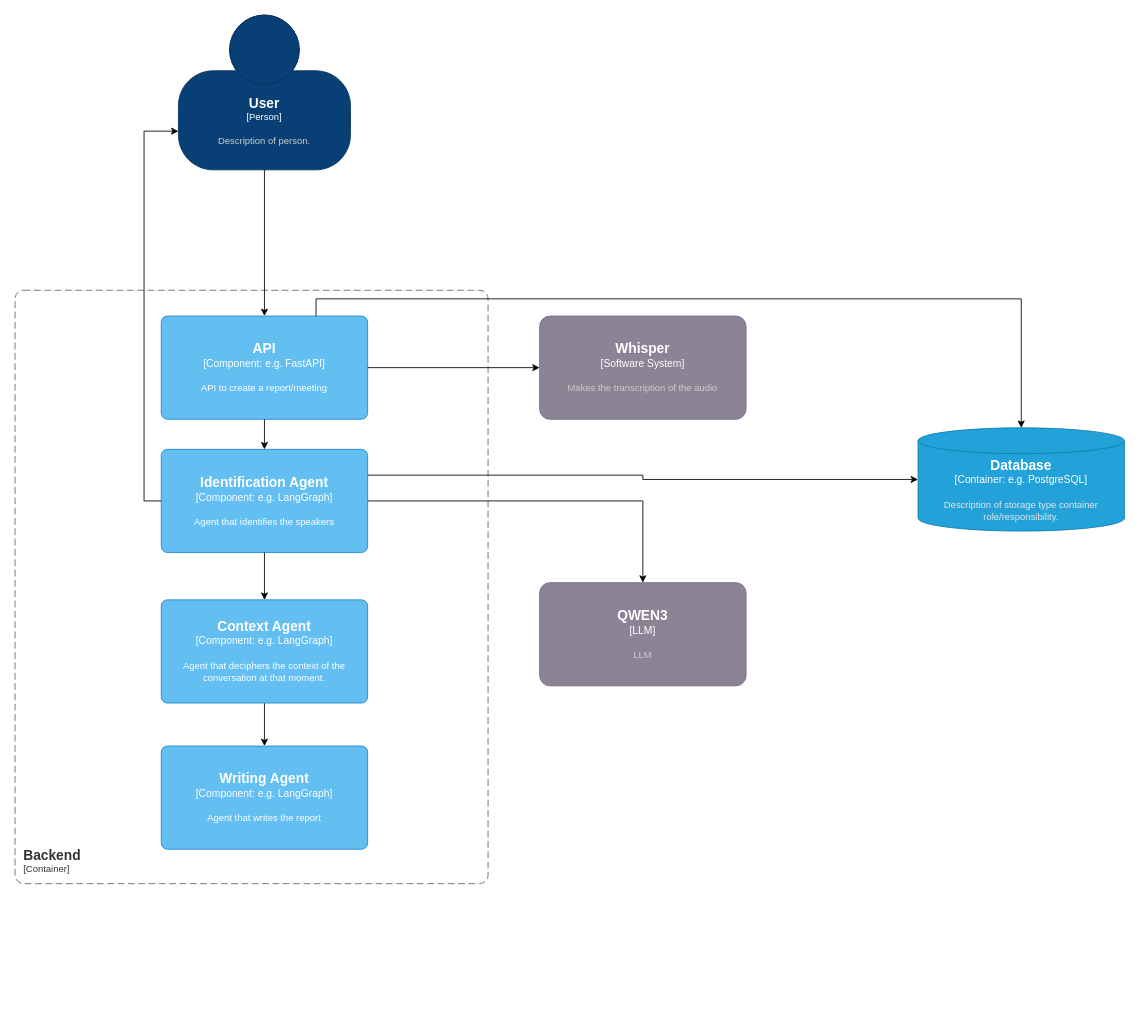
Before: page "Component" (4 of 4) of docs/diagrams.drawio in Pedro-Pereira0/FeatherMagic, a draw.io diagram. Source tidied: cells renumbered, new cells numbered last; positions are measured from the earlier drawing's top-left corner, leaving out a move shared by most shapes. Both pictures are drawn from the tidied source at 86%, with x=0, y=0 at pixel (15, 15).
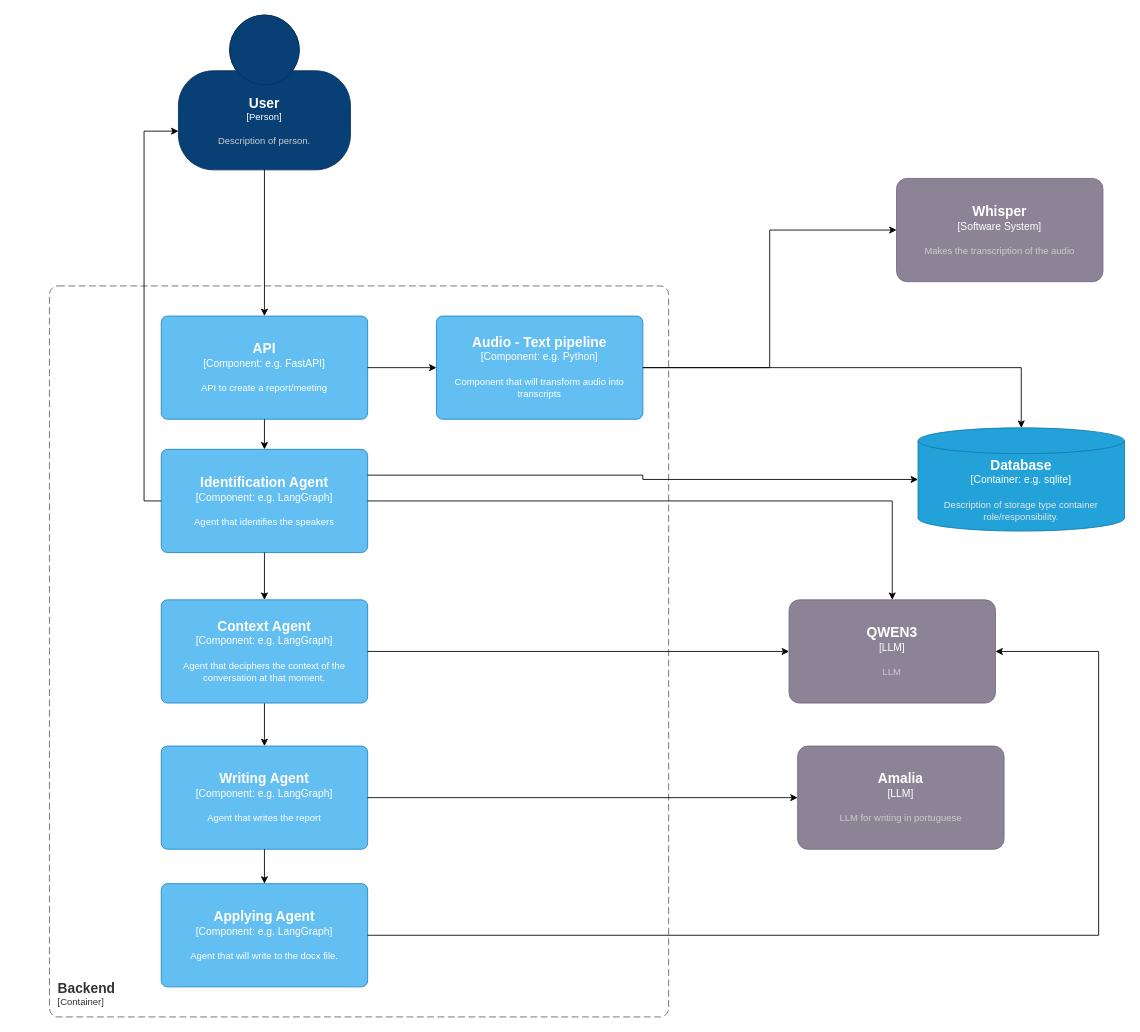
After the change.

The change refers to these unchanged cells:
```xml
<object id="7" label="&lt;font style=&quot;font-size: 16px&quot;&gt;&lt;b&gt;%c4Name%&lt;/b&gt;&lt;/font&gt;&lt;div&gt;[%c4Type%: %c4Technology%]&lt;/div&gt;&lt;br&gt;&lt;div&gt;&lt;font style=&quot;font-size: 11px&quot;&gt;%c4Description%&lt;/font&gt;&lt;/div&gt;" c4Description="API to create a report/meeting" c4Name="API" c4Technology="e.g. FastAPI" c4Type="Component" placeholders="1">
  <mxCell style="rounded=1;whiteSpace=wrap;html=1;labelBackgroundColor=none;fillColor=#63BEF2;fontColor=#ffffff;align=center;arcSize=6;strokeColor=#2086C9;points=[[0.25,0,0],[0.5,0,0],[0.75,0,0],[1,0.25,0],[1,0.5,0],[1,0.75,0],[0.75,1,0],[0.5,1,0],[0.25,1,0],[0,0.75,0],[0,0.5,0],[0,0.25,0]];" parent="1" vertex="1">
    <mxGeometry x="170" y="350" width="240" height="120" as="geometry" />
  </mxCell>
</object>
<object id="9" label="&lt;font style=&quot;font-size: 16px&quot;&gt;&lt;b&gt;%c4Name%&lt;/b&gt;&lt;/font&gt;&lt;div&gt;[%c4Type%: %c4Technology%]&lt;/div&gt;&lt;br&gt;&lt;div&gt;&lt;font style=&quot;font-size: 11px&quot;&gt;%c4Description%&lt;/font&gt;&lt;/div&gt;" c4Description="Agent that writes the report" c4Name="Writing Agent" c4Technology="e.g. LangGraph" c4Type="Component" placeholders="1">
  <mxCell style="rounded=1;whiteSpace=wrap;html=1;labelBackgroundColor=none;fillColor=#63BEF2;fontColor=#ffffff;align=center;arcSize=6;strokeColor=#2086C9;points=[[0.25,0,0],[0.5,0,0],[0.75,0,0],[1,0.25,0],[1,0.5,0],[1,0.75,0],[0.75,1,0],[0.5,1,0],[0.25,1,0],[0,0.75,0],[0,0.5,0],[0,0.25,0]];" parent="1" vertex="1">
    <mxGeometry x="170" y="850" width="240" height="120" as="geometry" />
  </mxCell>
</object>
<object id="18" label="&lt;font style=&quot;font-size: 16px&quot;&gt;&lt;b&gt;%c4Name%&lt;/b&gt;&lt;/font&gt;&lt;div&gt;[%c4Type%: %c4Technology%]&lt;/div&gt;&lt;br&gt;&lt;div&gt;&lt;font style=&quot;font-size: 11px&quot;&gt;%c4Description%&lt;/font&gt;&lt;/div&gt;" c4Description="Agent that deciphers the context of the conversation at that moment." c4Name="Context Agent" c4Technology="e.g. LangGraph" c4Type="Component" placeholders="1">
  <mxCell style="rounded=1;whiteSpace=wrap;html=1;labelBackgroundColor=none;fillColor=#63BEF2;fontColor=#ffffff;align=center;arcSize=6;strokeColor=#2086C9;points=[[0.25,0,0],[0.5,0,0],[0.75,0,0],[1,0.25,0],[1,0.5,0],[1,0.75,0],[0.75,1,0],[0.5,1,0],[0.25,1,0],[0,0.75,0],[0,0.5,0],[0,0.25,0]];" parent="1" vertex="1">
    <mxGeometry x="170" y="680" width="240" height="120" as="geometry" />
  </mxCell>
</object>
```

Change to the diagram source:
```diff
@@
     <object id="3" label="&lt;font style=&quot;font-size: 16px&quot;&gt;&lt;b&gt;%c4Name%&lt;/b&gt;&lt;/font&gt;&lt;div&gt;[%c4Type%]&lt;/div&gt;&lt;br&gt;&lt;div&gt;&lt;font style=&quot;font-size: 11px&quot;&gt;&lt;font color=&quot;#cccccc&quot;&gt;%c4Description%&lt;/font&gt;&lt;/div&gt;" c4Description="Makes the transcription of the audio" c4Name="Whisper" c4Type="Software System" placeholders="1">
       <mxCell style="rounded=1;whiteSpace=wrap;html=1;labelBackgroundColor=none;fillColor=#8C8496;fontColor=#ffffff;align=center;arcSize=10;strokeColor=#736782;points=[[0.25,0,0],[0.5,0,0],[0.75,0,0],[1,0.25,0],[1,0.5,0],[1,0.75,0],[0.75,1,0],[0.5,1,0],[0.25,1,0],[0,0.75,0],[0,0.5,0],[0,0.25,0]];" parent="1" vertex="1">
-        <mxGeometry x="610" y="350" width="240" height="120" as="geometry" />
+        <mxGeometry x="1025" y="190" width="240" height="120" as="geometry" />
       </mxCell>
     </object>
     <object id="4" label="&lt;font style=&quot;font-size: 16px&quot;&gt;&lt;b&gt;%c4Name%&lt;/b&gt;&lt;/font&gt;&lt;div&gt;[%c4Type%]&lt;/div&gt;&lt;br&gt;&lt;div&gt;&lt;font style=&quot;font-size: 11px&quot;&gt;&lt;font color=&quot;#cccccc&quot;&gt;%c4Description%&lt;/font&gt;&lt;/div&gt;" c4Description="LLM" c4Name="QWEN3" c4Type="LLM" placeholders="1">
       <mxCell style="rounded=1;whiteSpace=wrap;html=1;labelBackgroundColor=none;fillColor=#8C8496;fontColor=#ffffff;align=center;arcSize=10;strokeColor=#736782;points=[[0.25,0,0],[0.5,0,0],[0.75,0,0],[1,0.25,0],[1,0.5,0],[1,0.75,0],[0.75,1,0],[0.5,1,0],[0.25,1,0],[0,0.75,0],[0,0.5,0],[0,0.25,0]];" parent="1" vertex="1">
-        <mxGeometry x="610" y="660" width="240" height="120" as="geometry" />
+        <mxGeometry x="900" y="680" width="240" height="120" as="geometry" />
       </mxCell>
     </object>
-    <object id="5" label="&lt;font style=&quot;font-size: 16px&quot;&gt;&lt;b&gt;%c4Name%&lt;/b&gt;&lt;/font&gt;&lt;div&gt;[%c4Type%:&amp;nbsp;%c4Technology%]&lt;/div&gt;&lt;br&gt;&lt;div&gt;&lt;font style=&quot;font-size: 11px&quot;&gt;&lt;font color=&quot;#E6E6E6&quot;&gt;%c4Description%&lt;/font&gt;&lt;/div&gt;" c4Description="Description of storage type container role/responsibility." c4Name="Database" c4Technology="e.g. PostgreSQL" c4Type="Container" placeholders="1">
+    <object id="5" label="&lt;font style=&quot;font-size: 16px&quot;&gt;&lt;b&gt;%c4Name%&lt;/b&gt;&lt;/font&gt;&lt;div&gt;[%c4Type%:&amp;nbsp;%c4Technology%]&lt;/div&gt;&lt;br&gt;&lt;div&gt;&lt;font style=&quot;font-size: 11px&quot;&gt;&lt;font color=&quot;#E6E6E6&quot;&gt;%c4Description%&lt;/font&gt;&lt;/div&gt;" c4Description="Description of storage type container role/responsibility." c4Name="Database" c4Technology="e.g. sqlite" c4Type="Container" placeholders="1">
       <mxCell style="shape=cylinder3;size=15;whiteSpace=wrap;html=1;boundedLbl=1;rounded=0;labelBackgroundColor=none;fillColor=#23A2D9;fontSize=12;fontColor=#ffffff;align=center;strokeColor=#0E7DAD;points=[[0.5,0,0],[1,0.25,0],[1,0.5,0],[1,0.75,0],[0.5,1,0],[0,0.75,0],[0,0.5,0],[0,0.25,0]];" parent="1" vertex="1">
         <mxGeometry x="1050" y="480" width="240" height="120" as="geometry" />
       </mxCell>
     </object>
     <object id="6" label="&lt;font style=&quot;font-size: 16px&quot;&gt;&lt;b&gt;&lt;div style=&quot;text-align: left&quot;&gt;%c4Name%&lt;/div&gt;&lt;/b&gt;&lt;/font&gt;&lt;div style=&quot;text-align: left&quot;&gt;[%c4Application%]&lt;/div&gt;" c4Application="Container" c4Name="Backend" placeholders="1">
       <mxCell style="rounded=1;fontSize=11;whiteSpace=wrap;html=1;dashed=1;arcSize=20;fillColor=none;strokeColor=#666666;fontColor=#333333;labelBackgroundColor=none;align=left;verticalAlign=bottom;labelBorderColor=none;spacingTop=0;spacing=10;dashPattern=8 4;perimeter=rectanglePerimeter;noLabel=0;labelPadding=0;absoluteArcSize=1;" parent="1" vertex="1">
-        <mxGeometry y="320" width="550" height="690" as="geometry" />
+        <mxGeometry x="40" y="315" width="720" height="850" as="geometry" />
       </mxCell>
     </object>
@@
-    <mxCell id="10" style="edgeStyle=orthogonalEdgeStyle;rounded=0;jettySize=auto;html=1;exitX=1;exitY=0.5;exitDx=0;exitDy=0;exitPerimeter=0;entryX=0;entryY=0.5;entryDx=0;entryDy=0;entryPerimeter=0;" parent="1" edge="1" source="7" target="3">
-      <mxGeometry relative="1" as="geometry" />
-    </mxCell>
@@
-    <mxCell id="15" style="edgeStyle=orthogonalEdgeStyle;rounded=0;jettySize=auto;html=1;exitX=0.75;exitY=0;exitDx=0;exitDy=0;exitPerimeter=0;entryX=0.5;entryY=0;entryDx=0;entryDy=0;entryPerimeter=0;" parent="1" edge="1" source="7" target="5">
-      <mxGeometry relative="1" as="geometry" />
-    </mxCell>
@@
+    <mxCell id="20" style="edgeStyle=orthogonalEdgeStyle;rounded=0;jettySize=auto;html=1;exitX=1;exitY=0.5;exitDx=0;exitDy=0;exitPerimeter=0;entryX=0;entryY=0.5;entryDx=0;entryDy=0;entryPerimeter=0;" parent="1" edge="1" source="18" target="4">
+      <mxGeometry relative="1" as="geometry" />
+    </mxCell>
+    <object id="21" label="&lt;font style=&quot;font-size: 16px&quot;&gt;&lt;b&gt;%c4Name%&lt;/b&gt;&lt;/font&gt;&lt;div&gt;[%c4Type%]&lt;/div&gt;&lt;br&gt;&lt;div&gt;&lt;font style=&quot;font-size: 11px&quot;&gt;&lt;font color=&quot;#cccccc&quot;&gt;%c4Description%&lt;/font&gt;&lt;/div&gt;" c4Description="LLM for writing in portuguese" c4Name="Amalia" c4Type="LLM" placeholders="1">
+      <mxCell style="rounded=1;whiteSpace=wrap;html=1;labelBackgroundColor=none;fillColor=#8C8496;fontColor=#ffffff;align=center;arcSize=10;strokeColor=#736782;points=[[0.25,0,0],[0.5,0,0],[0.75,0,0],[1,0.25,0],[1,0.5,0],[1,0.75,0],[0.75,1,0],[0.5,1,0],[0.25,1,0],[0,0.75,0],[0,0.5,0],[0,0.25,0]];" parent="1" vertex="1">
+        <mxGeometry x="910" y="850" width="240" height="120" as="geometry" />
+      </mxCell>
+    </object>
+    <mxCell id="22" style="edgeStyle=orthogonalEdgeStyle;rounded=0;jettySize=auto;html=1;exitX=1;exitY=0.5;exitDx=0;exitDy=0;exitPerimeter=0;entryX=0;entryY=0.5;entryDx=0;entryDy=0;entryPerimeter=0;" parent="1" edge="1" source="9" target="21">
+      <mxGeometry relative="1" as="geometry" />
+    </mxCell>
+    <object id="23" label="&lt;font style=&quot;font-size: 16px&quot;&gt;&lt;b&gt;%c4Name%&lt;/b&gt;&lt;/font&gt;&lt;div&gt;[%c4Type%: %c4Technology%]&lt;/div&gt;&lt;br&gt;&lt;div&gt;&lt;font style=&quot;font-size: 11px&quot;&gt;%c4Description%&lt;/font&gt;&lt;/div&gt;" c4Description="Agent that will write to the docx file." c4Name="Applying Agent" c4Technology="e.g. LangGraph" c4Type="Component" placeholders="1">
+      <mxCell style="rounded=1;whiteSpace=wrap;html=1;labelBackgroundColor=none;fillColor=#63BEF2;fontColor=#ffffff;align=center;arcSize=6;strokeColor=#2086C9;points=[[0.25,0,0],[0.5,0,0],[0.75,0,0],[1,0.25,0],[1,0.5,0],[1,0.75,0],[0.75,1,0],[0.5,1,0],[0.25,1,0],[0,0.75,0],[0,0.5,0],[0,0.25,0]];" parent="1" vertex="1">
+        <mxGeometry x="170" y="1010" width="240" height="120" as="geometry" />
+      </mxCell>
+    </object>
+    <mxCell id="24" style="edgeStyle=orthogonalEdgeStyle;rounded=0;jettySize=auto;html=1;exitX=0.5;exitY=1;exitDx=0;exitDy=0;exitPerimeter=0;entryX=0.5;entryY=0;entryDx=0;entryDy=0;entryPerimeter=0;" parent="1" edge="1" source="9" target="23">
+      <mxGeometry relative="1" as="geometry" />
+    </mxCell>
+    <mxCell id="25" style="edgeStyle=orthogonalEdgeStyle;rounded=0;jettySize=auto;html=1;exitX=1;exitY=0.5;exitDx=0;exitDy=0;exitPerimeter=0;entryX=1;entryY=0.5;entryDx=0;entryDy=0;entryPerimeter=0;" parent="1" edge="1" source="23" target="4">
+      <mxGeometry relative="1" as="geometry">
+        <Array as="points">
+          <mxPoint x="1260" y="1070" />
+          <mxPoint x="1260" y="740" />
+        </Array>
+      </mxGeometry>
+    </mxCell>
+    <object id="26" label="&lt;font style=&quot;font-size: 16px&quot;&gt;&lt;b&gt;%c4Name%&lt;/b&gt;&lt;/font&gt;&lt;div&gt;[%c4Type%: %c4Technology%]&lt;/div&gt;&lt;br&gt;&lt;div&gt;&lt;font style=&quot;font-size: 11px&quot;&gt;%c4Description%&lt;/font&gt;&lt;/div&gt;" c4Description="Component that will transform audio into transcripts" c4Name="Audio - Text pipeline" c4Technology="e.g. Python" c4Type="Component" placeholders="1">
+      <mxCell style="rounded=1;whiteSpace=wrap;html=1;labelBackgroundColor=none;fillColor=#63BEF2;fontColor=#ffffff;align=center;arcSize=6;strokeColor=#2086C9;points=[[0.25,0,0],[0.5,0,0],[0.75,0,0],[1,0.25,0],[1,0.5,0],[1,0.75,0],[0.75,1,0],[0.5,1,0],[0.25,1,0],[0,0.75,0],[0,0.5,0],[0,0.25,0]];" parent="1" vertex="1">
+        <mxGeometry x="490" y="350" width="240" height="120" as="geometry" />
+      </mxCell>
+    </object>
+    <mxCell id="27" style="edgeStyle=orthogonalEdgeStyle;rounded=0;jettySize=auto;html=1;exitX=1;exitY=0.5;exitDx=0;exitDy=0;exitPerimeter=0;entryX=0;entryY=0.5;entryDx=0;entryDy=0;entryPerimeter=0;" parent="1" edge="1" source="7" target="26">
+      <mxGeometry relative="1" as="geometry" />
+    </mxCell>
+    <mxCell id="28" style="edgeStyle=orthogonalEdgeStyle;rounded=0;jettySize=auto;html=1;exitX=1;exitY=0.5;exitDx=0;exitDy=0;exitPerimeter=0;entryX=0;entryY=0.5;entryDx=0;entryDy=0;entryPerimeter=0;" parent="1" edge="1" source="26" target="3">
+      <mxGeometry relative="1" as="geometry" />
+    </mxCell>
+    <mxCell id="29" style="edgeStyle=orthogonalEdgeStyle;rounded=0;jettySize=auto;html=1;exitX=1;exitY=0.5;exitDx=0;exitDy=0;exitPerimeter=0;entryX=0.5;entryY=0;entryDx=0;entryDy=0;entryPerimeter=0;" parent="1" edge="1" source="26" target="5">
+      <mxGeometry relative="1" as="geometry" />
+    </mxCell>
```
